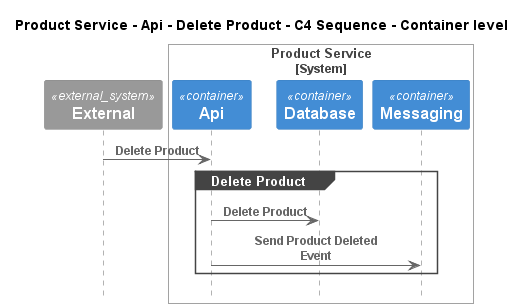
C4InterFlow/architecture-as-code-samples keeps this PlantUML diagram as e-commerce-platform/Software Systems/Product Service/Containers/Api/Interfaces/Delete Product/Container - C4 Sequence.png. Above is the earlier version.
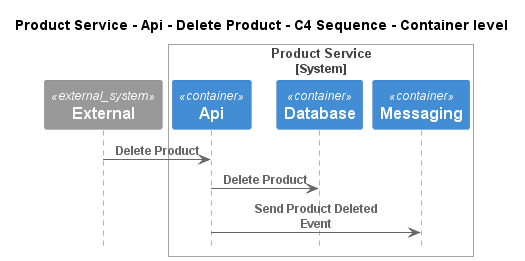
The same diagram one commit later.

Diff of the diagram source:
```diff
@@ -13,10 +13,8 @@
 Boundary_End()
 
 Rel(C4InterFlow.SoftwareSystems.ExternalSystem, ECommercePlatform.SoftwareSystems.ProductService.Containers.Api, "Delete Product")
-group Delete Product
 Rel(ECommercePlatform.SoftwareSystems.ProductService.Containers.Api, ECommercePlatform.SoftwareSystems.ProductService.Containers.Database, "Delete Product")
 Rel(ECommercePlatform.SoftwareSystems.ProductService.Containers.Api, ECommercePlatform.SoftwareSystems.ProductService.Containers.Messaging, "Send Product Deleted Event")
-end
 
 
 @enduml
```
